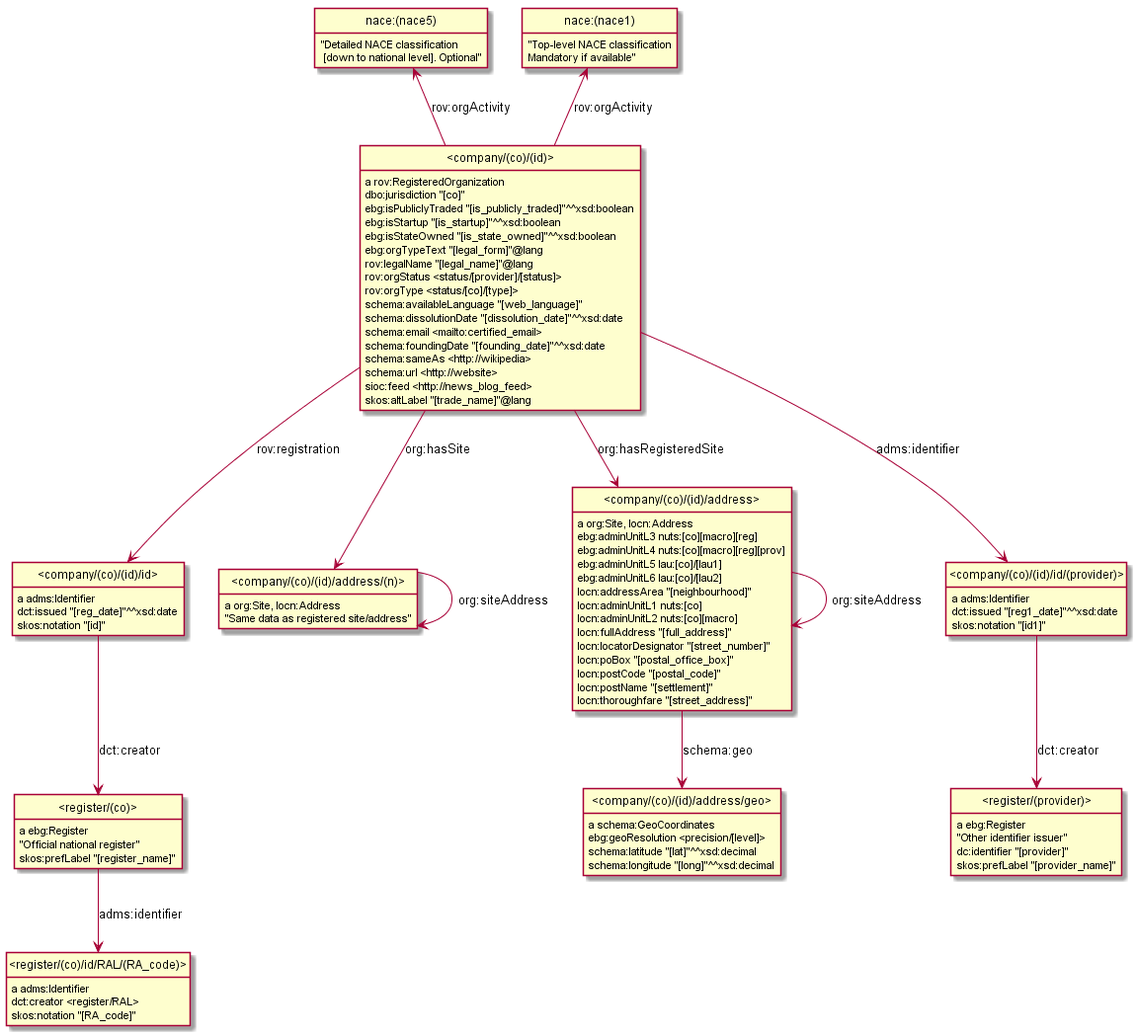
Above: model/company.png in euBusinessGraph/eubg-data (PlantUML), before the change.
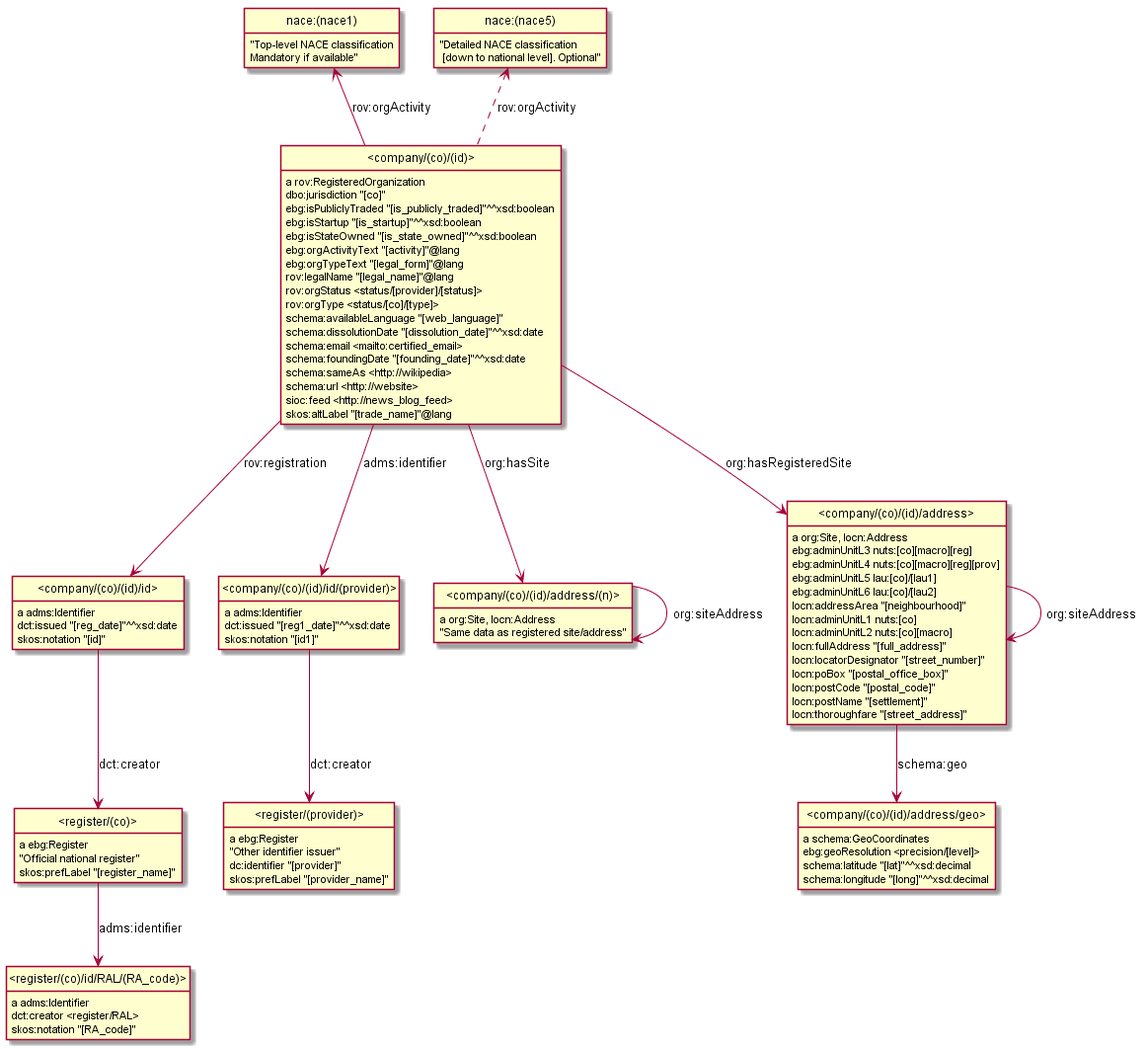
The same diagram one commit later.

Commit message:
add ebg:orgActivityText

Diff of the diagram source:
```diff
@@ -3,29 +3,48 @@
 hide empty attributes
 hide circle
 skinparam classAttributeIconSize 0
+class _register_co_ as "<register/(co)>"
+_register_co_ : a ebg:Register
+class _register_co_id_RAL_RA_code_ as "<register/(co)/id/RAL/(RA_code)>"
+_register_co_ --> _register_co_id_RAL_RA_code_ : adms:identifier
+_register_co_ :  "Official national register"
+_register_co_ : skos:prefLabel "[register_name]"
 class _company_co_id_id_ as "<company/(co)/(id)/id>"
 _company_co_id_id_ : a adms:Identifier
-class _register_co_ as "<register/(co)>"
 _company_co_id_id_ --> _register_co_ : dct:creator
 _company_co_id_id_ : dct:issued "[reg_date]"^^xsd:date
 _company_co_id_id_ : skos:notation "[id]"
+class nace_nace1_ as "nace:(nace1)"
+nace_nace1_ :  "Top-level NACE classification\nMandatory if available"
+class _company_co_id_id_provider_ as "<company/(co)/(id)/id/(provider)>"
+_company_co_id_id_provider_ : a adms:Identifier
+class _register_provider_ as "<register/(provider)>"
+_company_co_id_id_provider_ --> _register_provider_ : dct:creator
+_company_co_id_id_provider_ : dct:issued "[reg1_date]"^^xsd:date
+_company_co_id_id_provider_ : skos:notation "[id1]"
+_register_co_id_RAL_RA_code_ : a adms:Identifier
+_register_co_id_RAL_RA_code_ : dct:creator <register/RAL>
+_register_co_id_RAL_RA_code_ : skos:notation "[RA_code]"
+_register_provider_ : a ebg:Register
+_register_provider_ :  "Other identifier issuer"
+_register_provider_ : dc:identifier "[provider]"
+_register_provider_ : skos:prefLabel "[provider_name]"
 class _company_co_id_ as "<company/(co)/(id)>"
 _company_co_id_ : a rov:RegisteredOrganization
-class nace_nace1_ as "nace:(nace1)"
-_company_co_id_ -up-> nace_nace1_ : rov:orgActivity
 class _company_co_id_address_n_ as "<company/(co)/(id)/address/(n)>"
 _company_co_id_ --> _company_co_id_address_n_ : org:hasSite
+_company_co_id_ --> _company_co_id_id_ : rov:registration
 class _company_co_id_address_ as "<company/(co)/(id)/address>"
 _company_co_id_ --> _company_co_id_address_ : org:hasRegisteredSite
 class nace_nace5_ as "nace:(nace5)"
-_company_co_id_ -up-> nace_nace5_ : rov:orgActivity
-_company_co_id_ --> _company_co_id_id_ : rov:registration
-class _company_co_id_id_provider_ as "<company/(co)/(id)/id/(provider)>"
+_company_co_id_ .up.> nace_nace5_ : rov:orgActivity
 _company_co_id_ --> _company_co_id_id_provider_ : adms:identifier
+_company_co_id_ -up-> nace_nace1_ : rov:orgActivity
 _company_co_id_ : dbo:jurisdiction "[co]"
 _company_co_id_ : ebg:isPubliclyTraded "[is_publicly_traded]"^^xsd:boolean
 _company_co_id_ : ebg:isStartup "[is_startup]"^^xsd:boolean
 _company_co_id_ : ebg:isStateOwned "[is_state_owned]"^^xsd:boolean
+_company_co_id_ : ebg:orgActivityText "[activity]"@lang
 _company_co_id_ : ebg:orgTypeText "[legal_form]"@lang
 _company_co_id_ : rov:legalName "[legal_name]"@lang
 _company_co_id_ : rov:orgStatus <status/[provider]/[status]>
@@ -38,22 +57,18 @@
 _company_co_id_ : schema:url <http://website>
 _company_co_id_ : sioc:feed <http://news_blog_feed>
 _company_co_id_ : skos:altLabel "[trade_name]"@lang
+_company_co_id_address_n_ : a org:Site, locn:Address
+_company_co_id_address_n_ --> _company_co_id_address_n_ : org:siteAddress
+_company_co_id_address_n_ :  "Same data as registered site/address"
 class _company_co_id_address_geo_ as "<company/(co)/(id)/address/geo>"
 _company_co_id_address_geo_ : a schema:GeoCoordinates
 _company_co_id_address_geo_ : ebg:geoResolution <precision/[level]>
 _company_co_id_address_geo_ : schema:latitude "[lat]"^^xsd:decimal
 _company_co_id_address_geo_ : schema:longitude "[long]"^^xsd:decimal
-_company_co_id_address_n_ : a org:Site, locn:Address
-_company_co_id_address_n_ --> _company_co_id_address_n_ : org:siteAddress
-_company_co_id_address_n_ :  "Same data as registered site/address"
-_register_co_ : a ebg:Register
-class _register_co_id_RAL_RA_code_ as "<register/(co)/id/RAL/(RA_code)>"
-_register_co_ --> _register_co_id_RAL_RA_code_ : adms:identifier
-_register_co_ :  "Official national register"
-_register_co_ : skos:prefLabel "[register_name]"
+nace_nace5_ :  "Detailed NACE classification\n [down to national level]. Optional"
 _company_co_id_address_ : a org:Site, locn:Address
+_company_co_id_address_ --> _company_co_id_address_ : org:siteAddress
 _company_co_id_address_ --> _company_co_id_address_geo_ : schema:geo
-_company_co_id_address_ --> _company_co_id_address_ : org:siteAddress
 _company_co_id_address_ : ebg:adminUnitL3 nuts:[co][macro][reg]
 _company_co_id_address_ : ebg:adminUnitL4 nuts:[co][macro][reg][prov]
 _company_co_id_address_ : ebg:adminUnitL5 lau:[co]/[lau1]
@@ -67,18 +82,4 @@
 _company_co_id_address_ : locn:postCode "[postal_code]"
 _company_co_id_address_ : locn:postName "[settlement]"
 _company_co_id_address_ : locn:thoroughfare "[street_address]"
-class _register_provider_ as "<register/(provider)>"
-_register_provider_ : a ebg:Register
-_register_provider_ :  "Other identifier issuer"
-_register_provider_ : dc:identifier "[provider]"
-_register_provider_ : skos:prefLabel "[provider_name]"
-nace_nace1_ :  "Top-level NACE classification\nMandatory if available"
-nace_nace5_ :  "Detailed NACE classification\n [down to national level]. Optional"
-_register_co_id_RAL_RA_code_ : a adms:Identifier
-_register_co_id_RAL_RA_code_ : dct:creator <register/RAL>
-_register_co_id_RAL_RA_code_ : skos:notation "[RA_code]"
-_company_co_id_id_provider_ : a adms:Identifier
-_company_co_id_id_provider_ --> _register_provider_ : dct:creator
-_company_co_id_id_provider_ : dct:issued "[reg1_date]"^^xsd:date
-_company_co_id_id_provider_ : skos:notation "[id1]"
 @enduml
```
